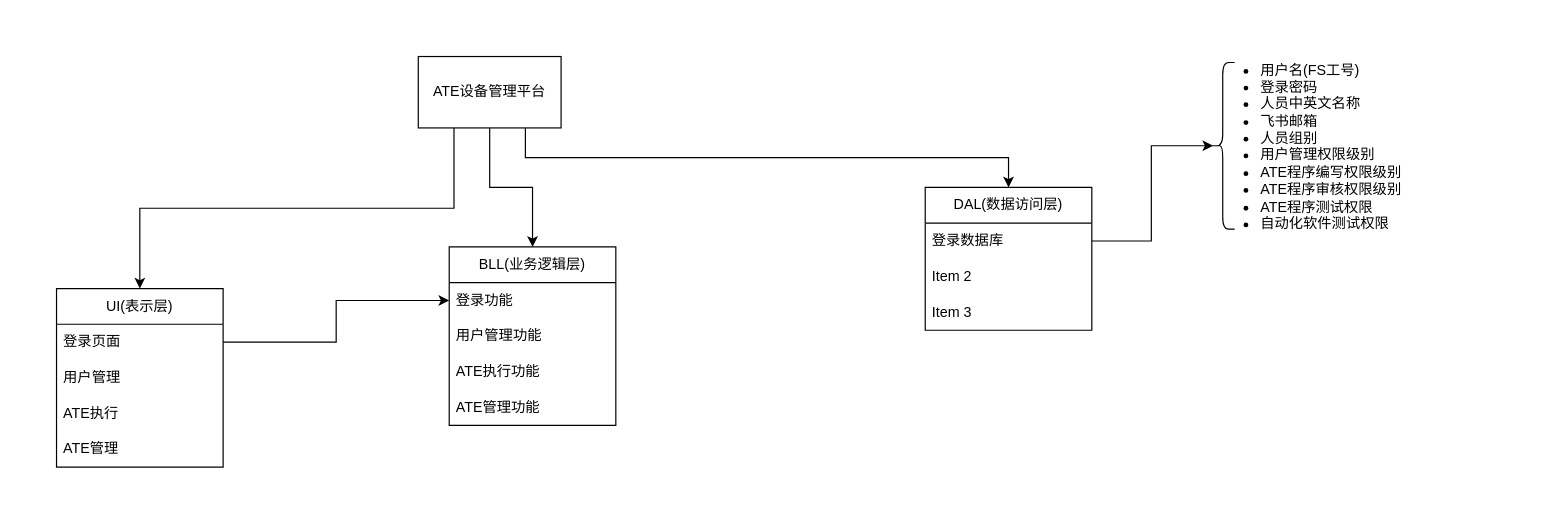
Istaya/Gallery keeps this draw.io diagram as CompanyUse/HongHanDongMan/ATE设备管理平台.drawio. Above is the earlier version. Source tidied: cells renumbered, new cells numbered last; positions are measured from the earlier drawing's top-left corner, leaving out a move shared by most shapes. Both pictures are drawn from the tidied source at 119%, with x=0, y=0 at pixel (56, 44).
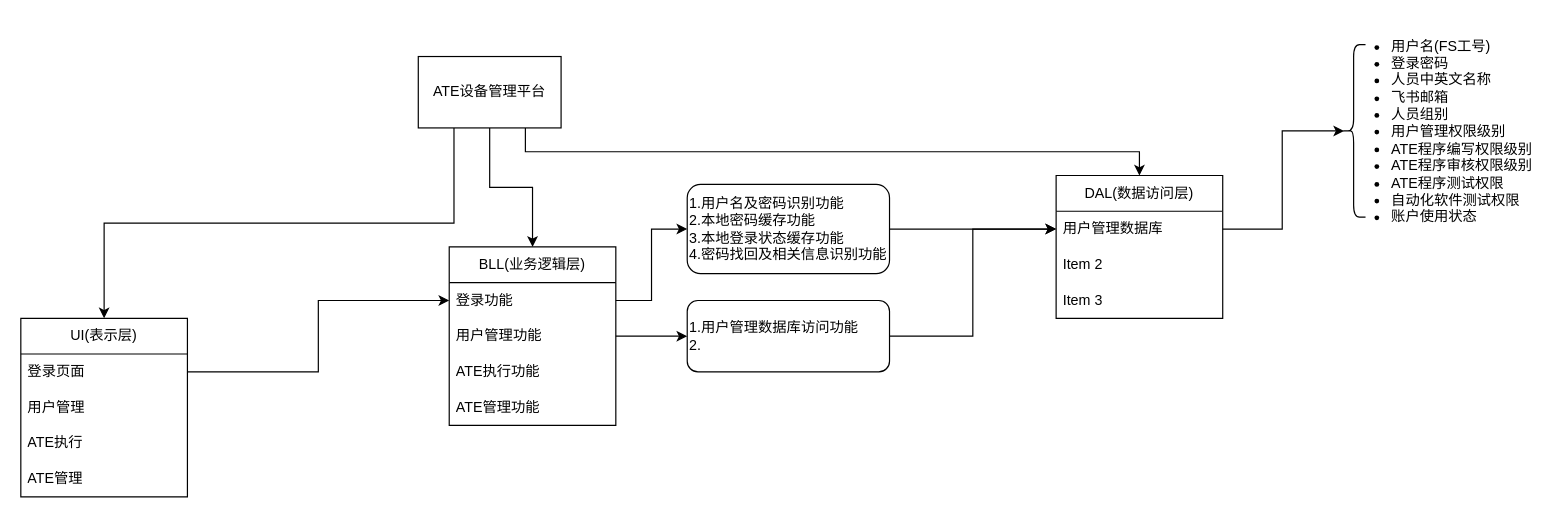
After the change.

Commit message (it also covers changes not shown here):
更新ATE设备管理平台.drawio

Unchanged cells that the change refers to:
```xml
<mxCell id="13" value="登录功能" style="text;strokeColor=none;fillColor=none;align=left;verticalAlign=middle;spacingLeft=4;spacingRight=4;overflow=hidden;points=[[0,0.5],[1,0.5]];portConstraint=eastwest;whiteSpace=wrap;html=1;" parent="12" vertex="1">
  <mxGeometry y="30" width="140" height="30" as="geometry" />
</mxCell>
<mxCell id="14" value="用户管理功能" style="text;strokeColor=none;fillColor=none;align=left;verticalAlign=middle;spacingLeft=4;spacingRight=4;overflow=hidden;points=[[0,0.5],[1,0.5]];portConstraint=eastwest;whiteSpace=wrap;html=1;" parent="12" vertex="1">
  <mxGeometry y="60" width="140" height="30" as="geometry" />
</mxCell>
```

Change to the diagram source:
```diff
@@
     <mxCell id="6" value="UI(表示层)" style="swimlane;fontStyle=0;horizontal=1;startSize=30;whiteSpace=wrap;html=1;" parent="1" vertex="1">
-      <mxGeometry y="205" width="140" height="150" as="geometry" />
+      <mxGeometry x="-30" y="230" width="140" height="150" as="geometry" />
     </mxCell>
@@
     <mxCell id="17" value="DAL(数据访问层)" style="swimlane;fontStyle=0;horizontal=1;startSize=30;whiteSpace=wrap;html=1;" parent="1" vertex="1">
-      <mxGeometry x="730" y="120" width="140" height="120" as="geometry" />
+      <mxGeometry x="840" y="110" width="140" height="120" as="geometry" />
     </mxCell>
-    <mxCell id="18" value="登录数据库" style="text;strokeColor=none;fillColor=none;align=left;verticalAlign=middle;spacingLeft=4;spacingRight=4;overflow=hidden;points=[[0,0.5],[1,0.5]];portConstraint=eastwest;whiteSpace=wrap;html=1;" parent="17" vertex="1">
+    <mxCell id="18" value="用户管理数据库" style="text;strokeColor=none;fillColor=none;align=left;verticalAlign=middle;spacingLeft=4;spacingRight=4;overflow=hidden;points=[[0,0.5],[1,0.5]];portConstraint=eastwest;whiteSpace=wrap;html=1;" parent="17" vertex="1">
       <mxGeometry y="30" width="140" height="30" as="geometry" />
     </mxCell>
@@
     <mxCell id="22" style="shape=curlyBracket;whiteSpace=wrap;html=1;rounded=1;labelPosition=left;verticalLabelPosition=middle;align=right;verticalAlign=middle;" parent="1" vertex="1">
-      <mxGeometry x="970" y="15" width="20" height="140" as="geometry" />
+      <mxGeometry x="1080" width="20" height="145" as="geometry" />
     </mxCell>
-    <mxCell id="23" value="&lt;ul&gt;&lt;li&gt;用户名(FS工号)&lt;/li&gt;&lt;li&gt;登录密码&lt;/li&gt;&lt;li&gt;人员中英文名称&lt;/li&gt;&lt;li&gt;飞书邮箱&lt;/li&gt;&lt;li&gt;人员组别&lt;/li&gt;&lt;li&gt;用户管理权限级别&lt;/li&gt;&lt;li&gt;ATE程序编写权限级别&lt;/li&gt;&lt;li&gt;ATE程序审核权限级别&lt;/li&gt;&lt;li&gt;ATE程序测试权限&lt;/li&gt;&lt;li&gt;自动化软件测试权限&lt;/li&gt;&lt;/ul&gt;" style="text;strokeColor=none;fillColor=none;html=1;whiteSpace=wrap;verticalAlign=middle;overflow=hidden;" parent="1" vertex="1">
-      <mxGeometry x="970" width="170" height="170" as="geometry" />
+    <mxCell id="23" value="&lt;ul&gt;&lt;li&gt;用户名(FS工号)&lt;/li&gt;&lt;li&gt;登录密码&lt;/li&gt;&lt;li&gt;人员中英文名称&lt;/li&gt;&lt;li&gt;飞书邮箱&lt;/li&gt;&lt;li&gt;人员组别&lt;/li&gt;&lt;li&gt;用户管理权限级别&lt;/li&gt;&lt;li&gt;ATE程序编写权限级别&lt;/li&gt;&lt;li&gt;ATE程序审核权限级别&lt;/li&gt;&lt;li&gt;ATE程序测试权限&lt;/li&gt;&lt;li&gt;自动化软件测试权限&lt;/li&gt;&lt;li&gt;账户使用状态&lt;/li&gt;&lt;/ul&gt;" style="text;strokeColor=none;fillColor=none;html=1;whiteSpace=wrap;verticalAlign=middle;overflow=hidden;" parent="1" vertex="1">
+      <mxGeometry x="1080" y="-20" width="170" height="180" as="geometry" />
     </mxCell>
+    <mxCell id="24" style="edgeStyle=orthogonalEdgeStyle;rounded=0;jettySize=auto;html=1;entryX=0;entryY=0.5;entryDx=0;entryDy=0;" parent="1" edge="1" source="13" target="26">
+      <mxGeometry relative="1" as="geometry" />
+    </mxCell>
+    <mxCell id="25" style="edgeStyle=orthogonalEdgeStyle;rounded=0;jettySize=auto;html=1;entryX=0;entryY=0.5;entryDx=0;entryDy=0;" parent="1" edge="1" source="26" target="18">
+      <mxGeometry relative="1" as="geometry" />
+    </mxCell>
+    <mxCell id="26" value="&lt;div style=&quot;text-align: left;&quot;&gt;&lt;span style=&quot;background-color: initial;&quot;&gt;1.用户名及密码识别功能&lt;/span&gt;&lt;/div&gt;&lt;div style=&quot;text-align: left;&quot;&gt;&lt;span style=&quot;background-color: initial;&quot;&gt;2.本地密码缓存功能&lt;/span&gt;&lt;/div&gt;&lt;div style=&quot;text-align: left;&quot;&gt;&lt;span style=&quot;background-color: initial;&quot;&gt;3.本地登录状态缓存功能&lt;/span&gt;&lt;/div&gt;&lt;div style=&quot;text-align: left;&quot;&gt;&lt;span style=&quot;background-color: initial;&quot;&gt;4.密码找回及相关信息识别功能&lt;/span&gt;&lt;/div&gt;" style="rounded=1;whiteSpace=wrap;html=1;" parent="1" vertex="1">
+      <mxGeometry x="530" y="117.5" width="170" height="75" as="geometry" />
+    </mxCell>
+    <mxCell id="27" style="edgeStyle=orthogonalEdgeStyle;rounded=0;jettySize=auto;html=1;entryX=0;entryY=0.5;entryDx=0;entryDy=0;" parent="1" edge="1" source="14" target="29">
+      <mxGeometry relative="1" as="geometry" />
+    </mxCell>
+    <mxCell id="28" style="edgeStyle=orthogonalEdgeStyle;rounded=0;jettySize=auto;html=1;entryX=0;entryY=0.5;entryDx=0;entryDy=0;" parent="1" edge="1" source="29" target="18">
+      <mxGeometry relative="1" as="geometry">
+        <Array as="points">
+          <mxPoint x="770" y="245" />
+          <mxPoint x="770" y="155" />
+        </Array>
+      </mxGeometry>
+    </mxCell>
+    <mxCell id="29" value="1.用户管理数据库访问功能&lt;br&gt;2." style="rounded=1;whiteSpace=wrap;html=1;align=left;" parent="1" vertex="1">
+      <mxGeometry x="530" y="215" width="170" height="60" as="geometry" />
+    </mxCell>
```
